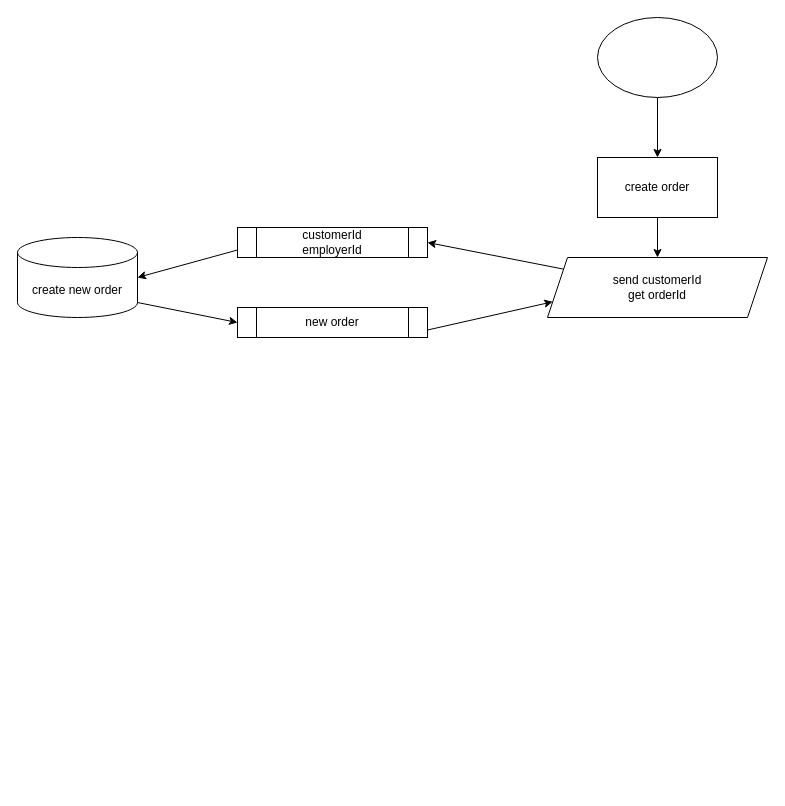
Before: page "Page-3" (3 of 3) of Untitled Diagram.drawio in Tirpitztt/Dogs, a draw.io diagram. Source tidied: cells renumbered, new cells numbered last; positions are measured from the earlier drawing's top-left corner, leaving out a move shared by most shapes. Both pictures are drawn from the tidied source at 100%, with x=0, y=0 at pixel (17, 17).
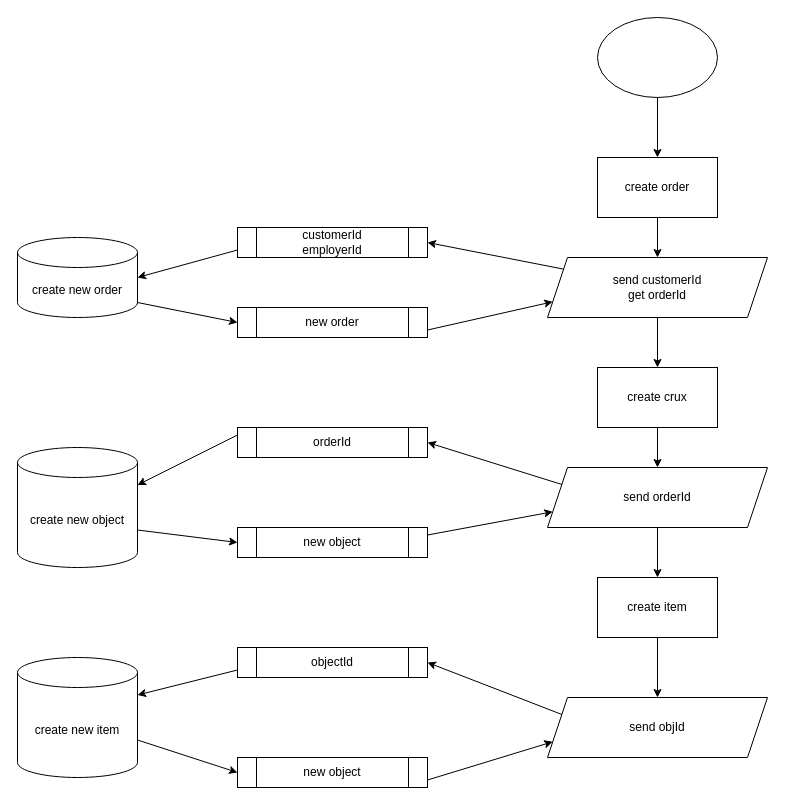
The same diagram, later.

The change refers to these unchanged cells:
```xml
<mxCell id="6" value="send customerId&lt;br&gt;get orderId" style="shape=parallelogram;perimeter=parallelogramPerimeter;whiteSpace=wrap;html=1;fixedSize=1;" parent="1" vertex="1">
  <mxGeometry x="530" y="240" width="220" height="60" as="geometry" />
</mxCell>
```

Change to the diagram source:
```diff
@@
+    <mxCell id="14" style="edgeStyle=orthogonalEdgeStyle;rounded=0;jettySize=auto;html=1;entryX=0.5;entryY=0;entryDx=0;entryDy=0;" parent="1" edge="1" source="6" target="16">
+      <mxGeometry relative="1" as="geometry" />
+    </mxCell>
@@
+    <mxCell id="15" style="edgeStyle=orthogonalEdgeStyle;rounded=0;jettySize=auto;html=1;entryX=0.5;entryY=0;entryDx=0;entryDy=0;" parent="1" edge="1" source="16" target="18">
+      <mxGeometry relative="1" as="geometry" />
+    </mxCell>
+    <mxCell id="16" value="create crux" style="rounded=0;whiteSpace=wrap;html=1;" parent="1" vertex="1">
+      <mxGeometry x="580" y="350" width="120" height="60" as="geometry" />
+    </mxCell>
+    <mxCell id="17" style="edgeStyle=orthogonalEdgeStyle;rounded=0;jettySize=auto;html=1;entryX=0.5;entryY=0;entryDx=0;entryDy=0;" parent="1" edge="1" source="18" target="23">
+      <mxGeometry relative="1" as="geometry" />
+    </mxCell>
+    <mxCell id="18" value="send orderId&lt;br&gt;" style="shape=parallelogram;perimeter=parallelogramPerimeter;whiteSpace=wrap;html=1;fixedSize=1;" parent="1" vertex="1">
+      <mxGeometry x="530" y="450" width="220" height="60" as="geometry" />
+    </mxCell>
+    <mxCell id="19" value="orderId" style="shape=process;whiteSpace=wrap;html=1;backgroundOutline=1;" parent="1" vertex="1">
+      <mxGeometry x="220" y="410" width="190" height="30" as="geometry" />
+    </mxCell>
+    <mxCell id="20" value="new object" style="shape=process;whiteSpace=wrap;html=1;backgroundOutline=1;" parent="1" vertex="1">
+      <mxGeometry x="220" y="510" width="190" height="30" as="geometry" />
+    </mxCell>
+    <mxCell id="21" value="create new object" style="shape=cylinder3;whiteSpace=wrap;html=1;boundedLbl=1;backgroundOutline=1;size=15;" parent="1" vertex="1">
+      <mxGeometry y="430" width="120" height="120" as="geometry" />
+    </mxCell>
+    <mxCell id="22" style="edgeStyle=orthogonalEdgeStyle;rounded=0;jettySize=auto;html=1;entryX=0.5;entryY=0;entryDx=0;entryDy=0;" parent="1" edge="1" source="23" target="24">
+      <mxGeometry relative="1" as="geometry" />
+    </mxCell>
+    <mxCell id="23" value="create item" style="rounded=0;whiteSpace=wrap;html=1;" parent="1" vertex="1">
+      <mxGeometry x="580" y="560" width="120" height="60" as="geometry" />
+    </mxCell>
+    <mxCell id="24" value="send objId" style="shape=parallelogram;perimeter=parallelogramPerimeter;whiteSpace=wrap;html=1;fixedSize=1;" parent="1" vertex="1">
+      <mxGeometry x="530" y="680" width="220" height="60" as="geometry" />
+    </mxCell>
+    <mxCell id="25" value="new object" style="shape=process;whiteSpace=wrap;html=1;backgroundOutline=1;" parent="1" vertex="1">
+      <mxGeometry x="220" y="740" width="190" height="30" as="geometry" />
+    </mxCell>
+    <mxCell id="26" value="objectId" style="shape=process;whiteSpace=wrap;html=1;backgroundOutline=1;" parent="1" vertex="1">
+      <mxGeometry x="220" y="630" width="190" height="30" as="geometry" />
+    </mxCell>
+    <mxCell id="27" value="create new item" style="shape=cylinder3;whiteSpace=wrap;html=1;boundedLbl=1;backgroundOutline=1;size=15;" parent="1" vertex="1">
+      <mxGeometry y="640" width="120" height="120" as="geometry" />
+    </mxCell>
+    <mxCell id="28" style="endArrow=classic;html=1;rounded=0;exitX=1;exitY=0.75;exitDx=0;exitDy=0;entryX=0;entryY=0.75;entryDx=0;entryDy=0;" parent="1" edge="1" source="25" target="24">
+      <mxGeometry relative="1" as="geometry" />
+    </mxCell>
+    <mxCell id="29" style="endArrow=classic;html=1;rounded=0;entryX=1;entryY=0.5;entryDx=0;entryDy=0;exitX=0;exitY=0.25;exitDx=0;exitDy=0;" parent="1" edge="1" source="24" target="26">
+      <mxGeometry relative="1" as="geometry" />
+    </mxCell>
+    <mxCell id="30" style="endArrow=classic;html=1;rounded=0;entryX=1;entryY=0;entryDx=0;entryDy=37.5;entryPerimeter=0;exitX=0;exitY=0.75;exitDx=0;exitDy=0;" parent="1" edge="1" source="26" target="27">
+      <mxGeometry relative="1" as="geometry" />
+    </mxCell>
+    <mxCell id="31" style="endArrow=classic;html=1;rounded=0;entryX=0;entryY=0.5;entryDx=0;entryDy=0;exitX=1;exitY=0;exitDx=0;exitDy=82.5;exitPerimeter=0;" parent="1" edge="1" source="27" target="25">
+      <mxGeometry relative="1" as="geometry" />
+    </mxCell>
+    <mxCell id="32" style="endArrow=classic;html=1;rounded=0;entryX=1;entryY=0.5;entryDx=0;entryDy=0;exitX=0;exitY=0.25;exitDx=0;exitDy=0;" parent="1" edge="1" source="18" target="19">
+      <mxGeometry relative="1" as="geometry" />
+    </mxCell>
+    <mxCell id="33" style="endArrow=classic;html=1;rounded=0;exitX=1;exitY=0.25;exitDx=0;exitDy=0;entryX=0;entryY=0.75;entryDx=0;entryDy=0;" parent="1" edge="1" source="20" target="18">
+      <mxGeometry relative="1" as="geometry" />
+    </mxCell>
+    <mxCell id="34" style="endArrow=classic;html=1;rounded=0;entryX=1;entryY=0;entryDx=0;entryDy=37.5;entryPerimeter=0;exitX=0;exitY=0.25;exitDx=0;exitDy=0;" parent="1" edge="1" source="19" target="21">
+      <mxGeometry relative="1" as="geometry" />
+    </mxCell>
+    <mxCell id="35" style="endArrow=classic;html=1;rounded=0;entryX=0;entryY=0.5;entryDx=0;entryDy=0;exitX=1;exitY=0;exitDx=0;exitDy=82.5;exitPerimeter=0;" parent="1" edge="1" source="21" target="20">
+      <mxGeometry relative="1" as="geometry" />
+    </mxCell>
```
